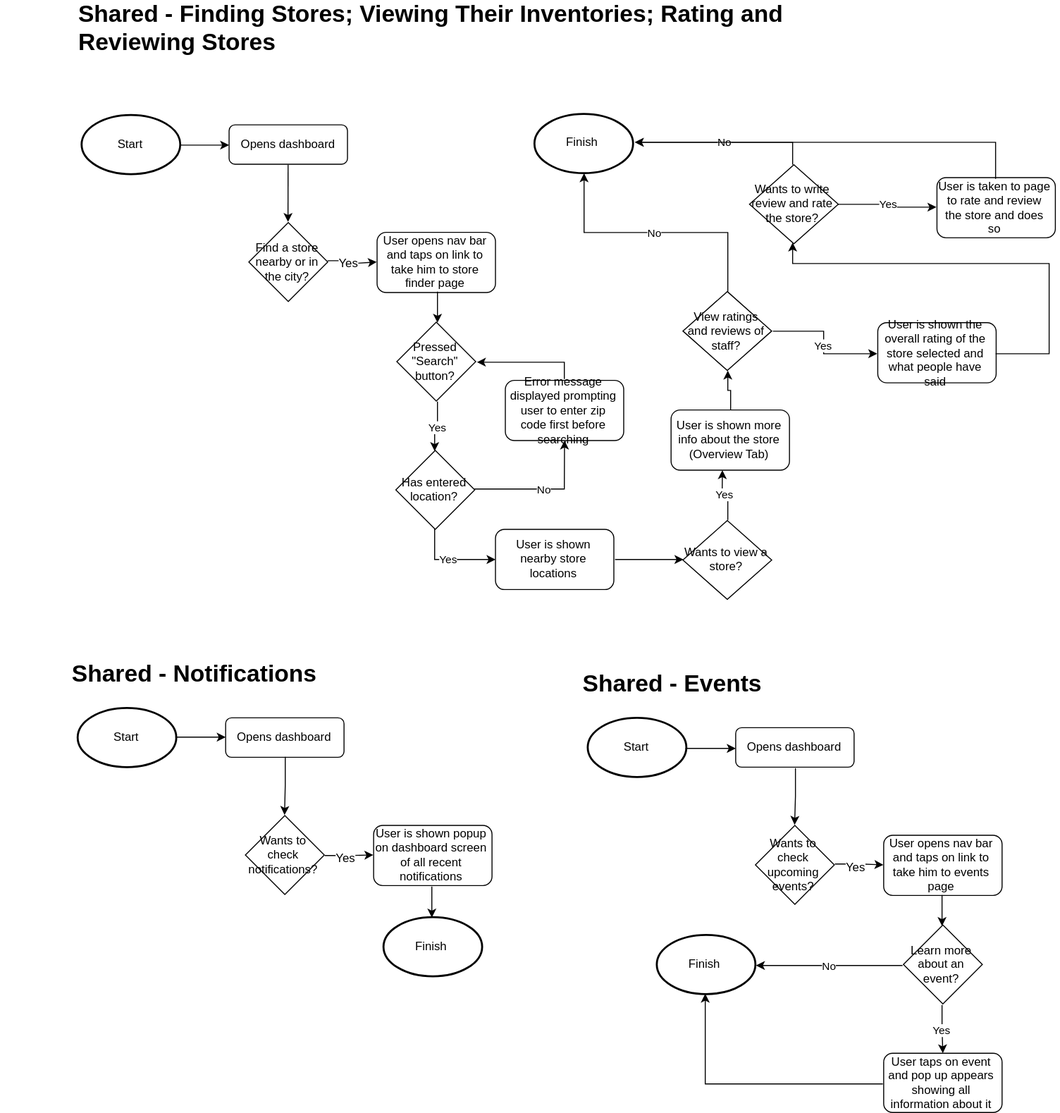
This is images/cc-user-flows-img.svg from AidanH56/Portfolio, a draw.io export, as it was before one commit. Source tidied: cells renumbered, new cells last; positions are measured from the earlier drawing's top-left corner, leaving out a move shared by most shapes.
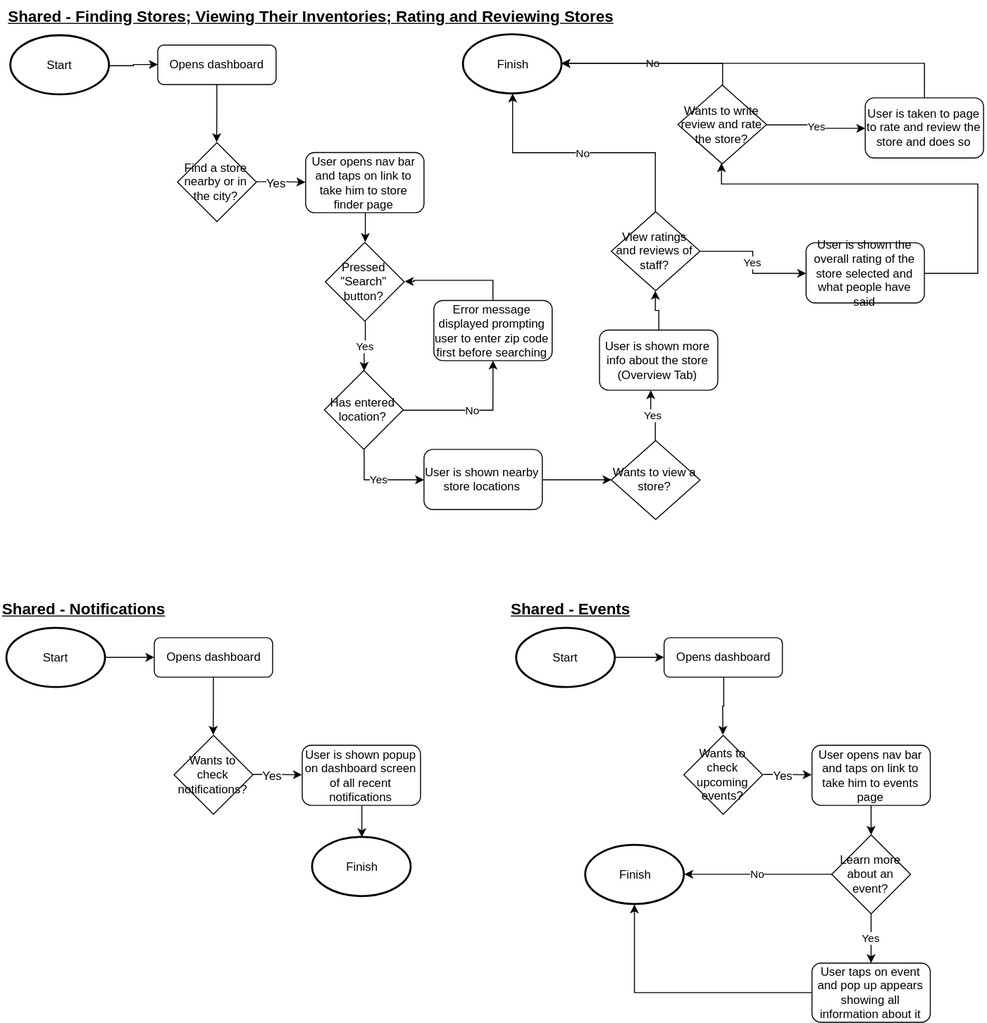
Later version of the same file.

Change to the diagram source:
```diff
@@ -2,9 +2,6 @@
   <root>
     <mxCell id="0" />
     <mxCell id="1" parent="0" />
-    <mxCell id="2" value="&lt;div style=&quot;text-align: left&quot;&gt;&lt;b style=&quot;line-height: 1.2&quot;&gt;&lt;font style=&quot;font-size: 24px&quot;&gt;&lt;span style=&quot;line-height: 1.2&quot;&gt;Shared - Notifications&lt;/span&gt;&lt;/font&gt;&lt;/b&gt;&lt;/div&gt;" style="text;html=1;strokeColor=none;fillColor=none;align=center;verticalAlign=middle;whiteSpace=wrap;" parent="1" vertex="1">
-      <mxGeometry y="655" width="393" height="30" as="geometry" />
-    </mxCell>
     <mxCell id="3" value="Start" style="strokeWidth=2;html=1;shape=mxgraph.flowchart.start_1;whiteSpace=wrap;" parent="1" vertex="1">
       <mxGeometry x="78" y="705.4" width="100" height="60" as="geometry" />
     </mxCell>
@@ -14,85 +11,31 @@
     <mxCell id="5" style="edgeStyle=orthogonalEdgeStyle;rounded=0;html=1;exitX=1;exitY=0.5;exitPerimeter=0;jettySize=auto;" parent="1" edge="1" source="3" target="4">
       <mxGeometry relative="1" as="geometry" />
     </mxCell>
-    <mxCell id="6" style="edgeStyle=orthogonalEdgeStyle;rounded=0;html=1;exitX=0.5;exitY=1;entryX=0.5;entryY=0;jettySize=auto;" parent="1" edge="1" source="4">
-      <mxGeometry relative="1" as="geometry">
-        <mxPoint x="287.7" y="813.4" as="targetPoint" />
-      </mxGeometry>
-    </mxCell>
+    <mxCell id="63" style="edgeStyle=orthogonalEdgeStyle;rounded=0;html=1;exitX=0.5;exitY=1;entryX=0.5;entryY=0;jettySize=auto;" parent="1" edge="1" source="4">
+      <mxGeometry relative="1" as="geometry">
+        <mxPoint x="287.7" y="813.4" as="targetPoint" />
+      </mxGeometry>
+    </mxCell>
     <mxCell id="7" value="Wants to check notifications?" style="rhombus;whiteSpace=wrap;html=1;" parent="1" vertex="1">
       <mxGeometry x="248" y="814" width="80" height="80" as="geometry" />
     </mxCell>
-    <mxCell id="8" style="edgeStyle=orthogonalEdgeStyle;rounded=0;html=1;exitX=1;exitY=0.5;entryX=0;entryY=0.5;jettySize=auto;" parent="1" edge="1" source="7">
-      <mxGeometry relative="1" as="geometry">
-        <mxPoint x="377.7" y="854" as="targetPoint" />
-      </mxGeometry>
-    </mxCell>
-    <mxCell id="9" value="Yes" style="text;html=1;align=center;verticalAlign=middle;labelBackgroundColor=#ffffff;" parent="8" vertex="1">
-      <mxGeometry x="-0.2" y="-1" relative="1" as="geometry" />
-    </mxCell>
+    <mxCell id="64" style="edgeStyle=orthogonalEdgeStyle;rounded=0;html=1;exitX=1;exitY=0.5;entryX=0;entryY=0.5;jettySize=auto;" parent="1" edge="1" source="7">
+      <mxGeometry relative="1" as="geometry">
+        <mxPoint x="377.7" y="854" as="targetPoint" />
+      </mxGeometry>
+    </mxCell>
+    <mxCell id="65" value="Yes" style="text;html=1;align=center;verticalAlign=middle;labelBackgroundColor=#ffffff;" parent="64" vertex="1">
+      <mxGeometry x="-0.2" y="-1" relative="1" as="geometry" />
+    </mxCell>
     <mxCell id="10" value="User is shown popup on dashboard screen of all recent notifications" style="rounded=1;whiteSpace=wrap;html=1;" parent="1" vertex="1">
       <mxGeometry x="378" y="824" width="120" height="61" as="geometry" />
     </mxCell>
-    <mxCell id="11" value="&lt;div style=&quot;text-align: left&quot;&gt;&lt;b style=&quot;line-height: 1.2&quot;&gt;&lt;font style=&quot;font-size: 24px&quot;&gt;&lt;span style=&quot;line-height: 1.2&quot;&gt;Shared - Events&lt;/span&gt;&lt;/font&gt;&lt;/b&gt;&lt;/div&gt;" style="text;html=1;strokeColor=none;fillColor=none;align=center;verticalAlign=middle;whiteSpace=wrap;" parent="1" vertex="1">
-      <mxGeometry x="558" y="665" width="246" height="30" as="geometry" />
-    </mxCell>
-    <mxCell id="12" value="Start" style="strokeWidth=2;html=1;shape=mxgraph.flowchart.start_1;whiteSpace=wrap;" parent="1" vertex="1">
-      <mxGeometry x="595" y="715.4" width="100" height="60" as="geometry" />
-    </mxCell>
-    <mxCell id="13" value="Opens dashboard" style="rounded=1;whiteSpace=wrap;html=1;" parent="1" vertex="1">
-      <mxGeometry x="745" y="725" width="120" height="40" as="geometry" />
-    </mxCell>
-    <mxCell id="14" style="edgeStyle=orthogonalEdgeStyle;rounded=0;html=1;exitX=1;exitY=0.5;exitPerimeter=0;jettySize=auto;" parent="1" edge="1" source="12" target="13">
-      <mxGeometry relative="1" as="geometry" />
-    </mxCell>
-    <mxCell id="15" style="edgeStyle=orthogonalEdgeStyle;rounded=0;html=1;exitX=0.5;exitY=1;entryX=0.5;entryY=0;jettySize=auto;" parent="1" edge="1" source="13">
-      <mxGeometry relative="1" as="geometry">
-        <mxPoint x="804.7" y="823.4" as="targetPoint" />
-      </mxGeometry>
-    </mxCell>
-    <mxCell id="16" value="Wants to check upcoming events?" style="rhombus;whiteSpace=wrap;html=1;" parent="1" vertex="1">
-      <mxGeometry x="765" y="824" width="80" height="80" as="geometry" />
-    </mxCell>
-    <mxCell id="17" style="edgeStyle=orthogonalEdgeStyle;rounded=0;html=1;exitX=1;exitY=0.5;entryX=0;entryY=0.5;jettySize=auto;" parent="1" edge="1" source="16">
-      <mxGeometry relative="1" as="geometry">
-        <mxPoint x="894.7" y="864" as="targetPoint" />
-      </mxGeometry>
-    </mxCell>
-    <mxCell id="18" value="Yes" style="text;html=1;align=center;verticalAlign=middle;labelBackgroundColor=#ffffff;" parent="17" vertex="1">
-      <mxGeometry x="-0.2" y="-1" relative="1" as="geometry" />
-    </mxCell>
-    <mxCell id="19" value="User opens nav bar and taps on link to take him to events page" style="rounded=1;whiteSpace=wrap;html=1;" parent="1" vertex="1">
-      <mxGeometry x="895" y="834" width="120" height="61" as="geometry" />
-    </mxCell>
     <mxCell id="20" value="Finish" style="strokeWidth=2;html=1;shape=mxgraph.flowchart.start_1;whiteSpace=wrap;" parent="1" vertex="1">
       <mxGeometry x="388" y="917.4" width="100" height="60" as="geometry" />
     </mxCell>
     <mxCell id="21" style="edgeStyle=orthogonalEdgeStyle;rounded=0;html=1;exitX=0.5;exitY=1;entryX=0.5;entryY=0;entryPerimeter=0;jettySize=auto;" parent="1" edge="1" source="10" target="20">
       <mxGeometry relative="1" as="geometry" />
     </mxCell>
-    <mxCell id="22" value="Learn more about an event?" style="rhombus;whiteSpace=wrap;html=1;" parent="1" vertex="1">
-      <mxGeometry x="915" y="925" width="80" height="80" as="geometry" />
-    </mxCell>
-    <mxCell id="23" style="edgeStyle=orthogonalEdgeStyle;rounded=0;html=1;exitX=0.5;exitY=1;entryX=0.5;entryY=0;jettySize=auto;" parent="1" edge="1" source="19" target="22">
-      <mxGeometry relative="1" as="geometry" />
-    </mxCell>
-    <mxCell id="24" value="Yes" style="edgeStyle=orthogonalEdgeStyle;rounded=0;html=1;exitX=0.5;exitY=1;jettySize=auto;" parent="1" edge="1" source="22">
-      <mxGeometry relative="1" as="geometry">
-        <mxPoint x="954.9" y="1055" as="targetPoint" />
-      </mxGeometry>
-    </mxCell>
-    <mxCell id="25" value="User taps on event and pop up appears showing all information about it" style="rounded=1;whiteSpace=wrap;html=1;" parent="1" vertex="1">
-      <mxGeometry x="895" y="1055" width="120" height="60" as="geometry" />
-    </mxCell>
-    <mxCell id="26" value="Finish" style="strokeWidth=2;html=1;shape=mxgraph.flowchart.start_1;whiteSpace=wrap;" parent="1" vertex="1">
-      <mxGeometry x="665.4" y="935.4" width="100" height="60" as="geometry" />
-    </mxCell>
-    <mxCell id="27" value="No" style="edgeStyle=orthogonalEdgeStyle;rounded=0;html=1;exitX=0;exitY=0.5;entryX=1;entryY=0.5;entryPerimeter=0;jettySize=auto;" parent="1" edge="1" source="22" target="26">
-      <mxGeometry relative="1" as="geometry" />
-    </mxCell>
-    <mxCell id="28" style="edgeStyle=orthogonalEdgeStyle;rounded=0;html=1;exitX=0;exitY=0.5;entryX=0.5;entryY=1;entryPerimeter=0;jettySize=auto;" parent="1" edge="1" source="25" target="26">
-      <mxGeometry relative="1" as="geometry" />
-    </mxCell>
     <mxCell id="29" value="Start" style="strokeWidth=2;html=1;shape=mxgraph.flowchart.start_1;whiteSpace=wrap;" parent="1" vertex="1">
       <mxGeometry x="81.5" y="104.4" width="100" height="60" as="geometry" />
     </mxCell>
@@ -102,22 +45,22 @@
     <mxCell id="31" style="edgeStyle=orthogonalEdgeStyle;rounded=0;html=1;exitX=1;exitY=0.5;exitPerimeter=0;jettySize=auto;" parent="1" edge="1" source="29" target="30">
       <mxGeometry relative="1" as="geometry" />
     </mxCell>
-    <mxCell id="32" style="edgeStyle=orthogonalEdgeStyle;rounded=0;html=1;exitX=0.5;exitY=1;entryX=0.5;entryY=0;jettySize=auto;" parent="1" edge="1" source="30">
-      <mxGeometry relative="1" as="geometry">
-        <mxPoint x="291.2" y="212.4" as="targetPoint" />
-      </mxGeometry>
-    </mxCell>
+    <mxCell id="66" style="edgeStyle=orthogonalEdgeStyle;rounded=0;html=1;exitX=0.5;exitY=1;entryX=0.5;entryY=0;jettySize=auto;" parent="1" edge="1" source="30">
+      <mxGeometry relative="1" as="geometry">
+        <mxPoint x="291.2" y="212.4" as="targetPoint" />
+      </mxGeometry>
+    </mxCell>
     <mxCell id="33" value="Find a store nearby or in the city?" style="rhombus;whiteSpace=wrap;html=1;" parent="1" vertex="1">
       <mxGeometry x="251.5" y="213" width="80" height="80" as="geometry" />
     </mxCell>
-    <mxCell id="34" style="edgeStyle=orthogonalEdgeStyle;rounded=0;html=1;exitX=1;exitY=0.5;entryX=0;entryY=0.5;jettySize=auto;" parent="1" edge="1" source="33">
-      <mxGeometry relative="1" as="geometry">
-        <mxPoint x="381.2" y="253" as="targetPoint" />
-      </mxGeometry>
-    </mxCell>
-    <mxCell id="35" value="Yes" style="text;html=1;align=center;verticalAlign=middle;labelBackgroundColor=#ffffff;" parent="34" vertex="1">
-      <mxGeometry x="-0.2" y="-1" relative="1" as="geometry" />
-    </mxCell>
+    <mxCell id="67" style="edgeStyle=orthogonalEdgeStyle;rounded=0;html=1;exitX=1;exitY=0.5;entryX=0;entryY=0.5;jettySize=auto;" parent="1" edge="1" source="33">
+      <mxGeometry relative="1" as="geometry">
+        <mxPoint x="381.2" y="253" as="targetPoint" />
+      </mxGeometry>
+    </mxCell>
+    <mxCell id="68" value="Yes" style="text;html=1;align=center;verticalAlign=middle;labelBackgroundColor=#ffffff;" parent="67" vertex="1">
+      <mxGeometry x="-0.2" y="-1" relative="1" as="geometry" />
+    </mxCell>
     <mxCell id="36" value="User opens nav bar and taps on link to take him to store finder page" style="rounded=1;whiteSpace=wrap;html=1;" parent="1" vertex="1">
       <mxGeometry x="381.5" y="223" width="120" height="61" as="geometry" />
     </mxCell>
@@ -210,8 +153,68 @@
     <mxCell id="61" style="edgeStyle=orthogonalEdgeStyle;rounded=0;html=1;exitX=0.5;exitY=0;entryX=1;entryY=0.5;entryPerimeter=0;jettySize=auto;" parent="1" edge="1" source="59" target="50">
       <mxGeometry relative="1" as="geometry" />
     </mxCell>
+    <mxCell id="69" style="group;" parent="1" vertex="1">
+      <mxGeometry x="595" y="705.4" width="420" height="399.6" as="geometry" />
+    </mxCell>
+    <mxCell id="12" value="Start" style="strokeWidth=2;html=1;shape=mxgraph.flowchart.start_1;whiteSpace=wrap;" parent="69" vertex="1">
+      <mxGeometry width="100" height="60" as="geometry" />
+    </mxCell>
+    <mxCell id="13" value="Opens dashboard" style="rounded=1;whiteSpace=wrap;html=1;" parent="69" vertex="1">
+      <mxGeometry x="150" y="9.6" width="120" height="40" as="geometry" />
+    </mxCell>
+    <mxCell id="14" style="edgeStyle=orthogonalEdgeStyle;rounded=0;html=1;exitX=1;exitY=0.5;exitPerimeter=0;jettySize=auto;" parent="69" edge="1" source="12" target="13">
+      <mxGeometry relative="1" as="geometry" />
+    </mxCell>
+    <mxCell id="70" style="edgeStyle=orthogonalEdgeStyle;rounded=0;html=1;exitX=0.5;exitY=1;entryX=0.5;entryY=0;jettySize=auto;" parent="69" edge="1" source="13">
+      <mxGeometry relative="1" as="geometry">
+        <mxPoint x="209.7" y="108.1" as="targetPoint" />
+      </mxGeometry>
+    </mxCell>
+    <mxCell id="16" value="Wants to check upcoming events?" style="rhombus;whiteSpace=wrap;html=1;" parent="69" vertex="1">
+      <mxGeometry x="170" y="108.6" width="80" height="80" as="geometry" />
+    </mxCell>
+    <mxCell id="71" style="edgeStyle=orthogonalEdgeStyle;rounded=0;html=1;exitX=1;exitY=0.5;entryX=0;entryY=0.5;jettySize=auto;" parent="69" edge="1" source="16">
+      <mxGeometry relative="1" as="geometry">
+        <mxPoint x="299.7" y="148.6" as="targetPoint" />
+      </mxGeometry>
+    </mxCell>
+    <mxCell id="72" value="Yes" style="text;html=1;align=center;verticalAlign=middle;labelBackgroundColor=#ffffff;" parent="71" vertex="1">
+      <mxGeometry x="-0.2" y="-1" relative="1" as="geometry" />
+    </mxCell>
+    <mxCell id="19" value="User opens nav bar and taps on link to take him to events page" style="rounded=1;whiteSpace=wrap;html=1;" parent="69" vertex="1">
+      <mxGeometry x="300" y="118.6" width="120" height="61" as="geometry" />
+    </mxCell>
+    <mxCell id="22" value="Learn more about an event?" style="rhombus;whiteSpace=wrap;html=1;" parent="69" vertex="1">
+      <mxGeometry x="320" y="209.6" width="80" height="80" as="geometry" />
+    </mxCell>
+    <mxCell id="23" style="edgeStyle=orthogonalEdgeStyle;rounded=0;html=1;exitX=0.5;exitY=1;entryX=0.5;entryY=0;jettySize=auto;" parent="69" edge="1" source="19" target="22">
+      <mxGeometry relative="1" as="geometry" />
+    </mxCell>
+    <mxCell id="73" value="Yes" style="edgeStyle=orthogonalEdgeStyle;rounded=0;html=1;exitX=0.5;exitY=1;jettySize=auto;" parent="69" edge="1" source="22">
+      <mxGeometry relative="1" as="geometry">
+        <mxPoint x="359.9" y="339.6" as="targetPoint" />
+      </mxGeometry>
+    </mxCell>
+    <mxCell id="25" value="User taps on event and pop up appears showing all information about it" style="rounded=1;whiteSpace=wrap;html=1;" parent="69" vertex="1">
+      <mxGeometry x="300" y="339.6" width="120" height="60" as="geometry" />
+    </mxCell>
+    <mxCell id="26" value="Finish" style="strokeWidth=2;html=1;shape=mxgraph.flowchart.start_1;whiteSpace=wrap;" parent="69" vertex="1">
+      <mxGeometry x="70.4" y="220" width="100" height="60" as="geometry" />
+    </mxCell>
+    <mxCell id="27" value="No" style="edgeStyle=orthogonalEdgeStyle;rounded=0;html=1;exitX=0;exitY=0.5;entryX=1;entryY=0.5;entryPerimeter=0;jettySize=auto;" parent="69" edge="1" source="22" target="26">
+      <mxGeometry relative="1" as="geometry" />
+    </mxCell>
+    <mxCell id="28" style="edgeStyle=orthogonalEdgeStyle;rounded=0;html=1;exitX=0;exitY=0.5;entryX=0.5;entryY=1;entryPerimeter=0;jettySize=auto;" parent="69" edge="1" source="25" target="26">
+      <mxGeometry relative="1" as="geometry" />
+    </mxCell>
+    <mxCell id="2" value="&lt;div style=&quot;text-align: left; font-size: 16px;&quot;&gt;&lt;b style=&quot;line-height: 1.2; font-size: 16px;&quot;&gt;&lt;font style=&quot;font-size: 16px;&quot;&gt;&lt;span style=&quot;line-height: 1.2; font-size: 16px;&quot;&gt;Shared - Notifications&lt;/span&gt;&lt;/font&gt;&lt;/b&gt;&lt;/div&gt;" style="text;html=1;strokeColor=none;fillColor=none;align=left;verticalAlign=middle;whiteSpace=wrap;fontSize=16;fontStyle=4;" parent="1" vertex="1">
+      <mxGeometry x="72" y="670" width="393" height="30" as="geometry" />
+    </mxCell>
+    <mxCell id="11" value="&lt;div style=&quot;text-align: left; font-size: 16px;&quot;&gt;&lt;b style=&quot;line-height: 1.2; font-size: 16px;&quot;&gt;&lt;font style=&quot;font-size: 16px;&quot;&gt;&lt;span style=&quot;line-height: 1.2; font-size: 16px;&quot;&gt;Shared - Events&lt;/span&gt;&lt;/font&gt;&lt;/b&gt;&lt;/div&gt;" style="text;html=1;strokeColor=none;fillColor=none;align=left;verticalAlign=middle;whiteSpace=wrap;fontSize=16;fontStyle=4;" parent="1" vertex="1">
+      <mxGeometry x="588" y="670" width="246" height="30" as="geometry" />
+    </mxCell>
-    <mxCell id="62" value="&lt;div style=&quot;text-align: left&quot;&gt;&lt;b style=&quot;line-height: 1.2&quot;&gt;&lt;font style=&quot;font-size: 24px&quot;&gt;&lt;span style=&quot;line-height: 1.2&quot;&gt;Shared - Finding Stores; Viewing Their Inventories; Rating and Reviewing Stores&lt;/span&gt;&lt;/font&gt;&lt;/b&gt;&lt;/div&gt;" style="text;html=1;strokeColor=none;fillColor=none;align=center;verticalAlign=middle;whiteSpace=wrap;" parent="1" vertex="1">
-      <mxGeometry x="78" width="740" height="30" as="geometry" />
+    <mxCell id="62" value="&lt;div style=&quot;text-align: left; font-size: 16px;&quot;&gt;&lt;b style=&quot;line-height: 1.2; font-size: 16px;&quot;&gt;&lt;font style=&quot;font-size: 16px;&quot;&gt;&lt;span style=&quot;line-height: 1.2; font-size: 16px;&quot;&gt;Shared - Finding Stores; Viewing Their Inventories; Rating and Reviewing Stores&lt;/span&gt;&lt;/font&gt;&lt;/b&gt;&lt;/div&gt;" style="text;html=1;strokeColor=none;fillColor=none;align=left;verticalAlign=middle;whiteSpace=wrap;fontSize=16;fontStyle=4;spacingRight=0;spacing=2;spacingBottom=0;" parent="1" vertex="1">
+      <mxGeometry x="78" y="69" width="740" height="30" as="geometry" />
     </mxCell>
   </root>
 </mxGraphModel>
```
